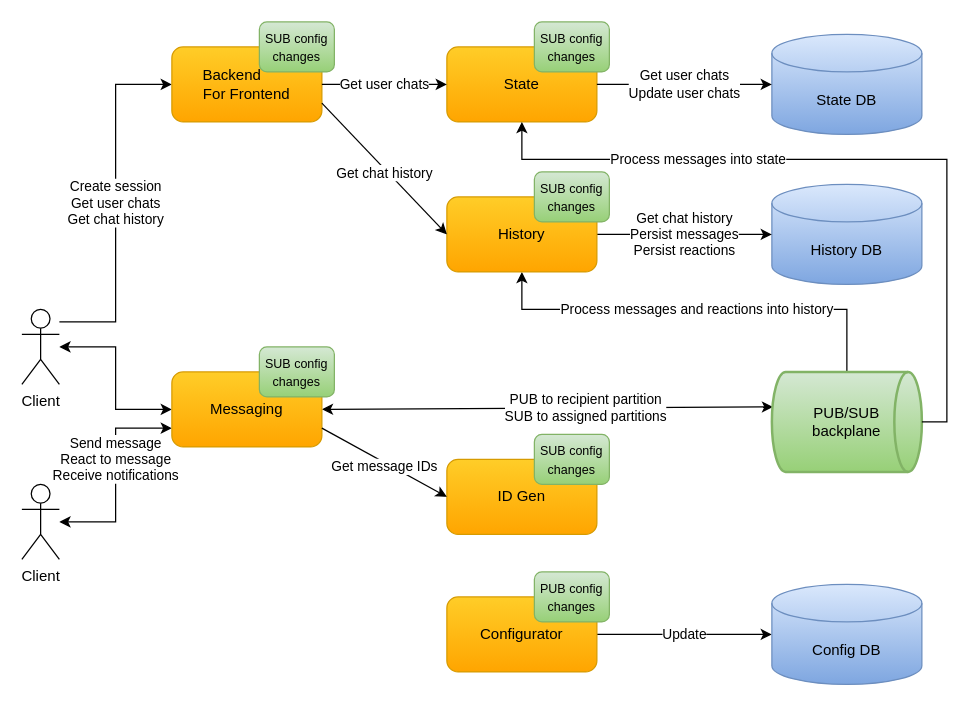
This is docs/diagrams/cecochat-01-overall.drawio from cvetomir-todorov/CecoChat, a draw.io file, before an edit. Source tidied: cells renumbered, new cells numbered last; positions are measured from the earlier drawing's top-left corner, leaving out a move shared by most shapes. Both pictures are drawn from the tidied source at 125%, with x=0, y=0 at pixel (21, 21).
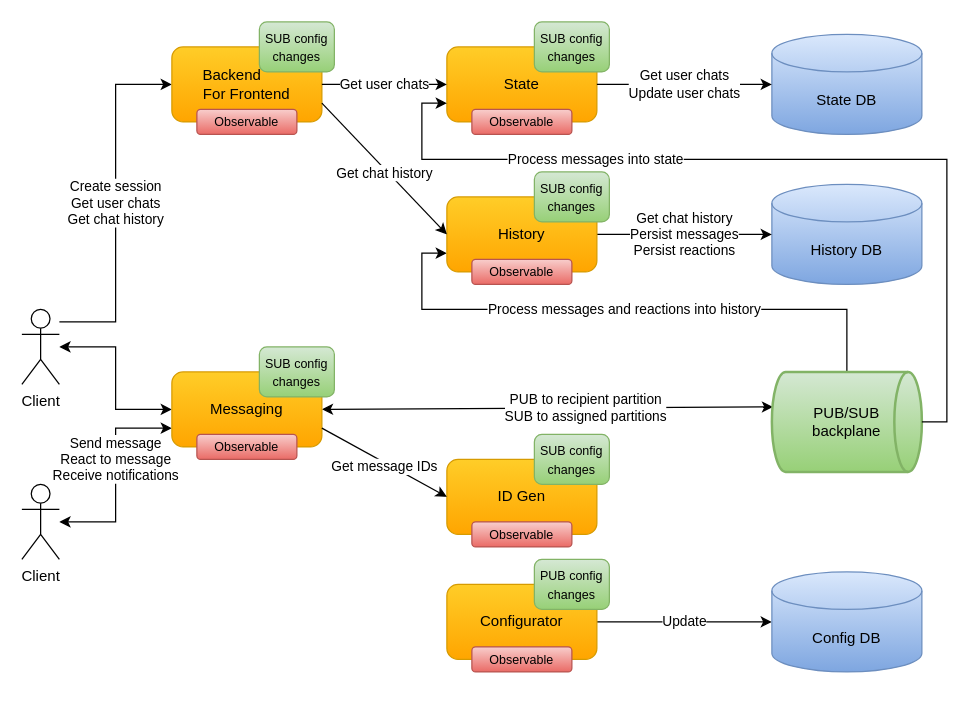
After the change.

Commit message (it also covers changes not shown here):
Update overall and deployment diagrams

The change refers to these unchanged cells:
```xml
<mxCell id="10" value="PUB/SUB&lt;br&gt;backplane" style="strokeWidth=2;html=1;shape=mxgraph.flowchart.direct_data;whiteSpace=wrap;gradientColor=#97d077;fillColor=#d5e8d4;strokeColor=#82b366;" parent="1" vertex="1">
  <mxGeometry x="600" y="280" width="120" height="80" as="geometry" />
</mxCell>
<mxCell id="16" value="&lt;font style=&quot;font-size: 12px&quot;&gt;History&lt;/font&gt;" style="rounded=1;whiteSpace=wrap;html=1;gradientColor=#ffa500;fillColor=#ffcd28;strokeColor=#d79b00;" parent="1" vertex="1">
  <mxGeometry x="340" y="140" width="120" height="60" as="geometry" />
</mxCell>
<mxCell id="24" value="&lt;font style=&quot;font-size: 12px&quot;&gt;State&lt;/font&gt;" style="rounded=1;whiteSpace=wrap;html=1;gradientColor=#ffa500;fillColor=#ffcd28;strokeColor=#d79b00;" parent="1" vertex="1">
  <mxGeometry x="340" y="20" width="120" height="60" as="geometry" />
</mxCell>
```

The edit, as a diff of the source:
```diff
@@
-    <mxCell id="9" value="Process messages and reactions into history" style="edgeStyle=orthogonalEdgeStyle;rounded=0;jettySize=auto;html=1;entryX=0.5;entryY=1;entryDx=0;entryDy=0;exitX=0.5;exitY=0;exitDx=0;exitDy=0;exitPerimeter=0;" parent="1" edge="1" source="10" target="16">
+    <mxCell id="9" value="Process messages and reactions into history" style="edgeStyle=orthogonalEdgeStyle;rounded=0;jettySize=auto;html=1;entryX=0;entryY=0.75;entryDx=0;entryDy=0;exitX=0.5;exitY=0;exitDx=0;exitDy=0;exitPerimeter=0;" parent="1" edge="1" source="10" target="16">
       <mxGeometry relative="1" as="geometry">
         <Array as="points">
           <mxPoint x="660" y="230" />
-          <mxPoint x="400" y="230" />
+          <mxPoint x="320" y="230" />
+          <mxPoint x="320" y="185" />
         </Array>
       </mxGeometry>
     </mxCell>
@@
     <mxCell id="14" value="Configurator" style="rounded=1;whiteSpace=wrap;html=1;gradientColor=#ffa500;fillColor=#ffcd28;strokeColor=#d79b00;" parent="1" vertex="1">
-      <mxGeometry x="340" y="460" width="120" height="60" as="geometry" />
+      <mxGeometry x="340" y="450" width="120" height="60" as="geometry" />
     </mxCell>
     <mxCell id="15" value="Config DB" style="shape=cylinder3;whiteSpace=wrap;html=1;boundedLbl=1;backgroundOutline=1;size=15;gradientColor=#7ea6e0;fillColor=#dae8fc;strokeColor=#6c8ebf;" parent="1" vertex="1">
-      <mxGeometry x="600" y="450" width="120" height="80" as="geometry" />
+      <mxGeometry x="600" y="440" width="120" height="80" as="geometry" />
     </mxCell>
@@
     <mxCell id="19" value="&lt;font style=&quot;font-size: 10px&quot;&gt;PUB config&lt;br&gt;changes&lt;/font&gt;" style="rounded=1;whiteSpace=wrap;html=1;gradientColor=#97d077;fillColor=#d5e8d4;strokeColor=#82b366;" parent="1" vertex="1">
-      <mxGeometry x="410" y="440" width="60" height="40" as="geometry" />
+      <mxGeometry x="410" y="430" width="60" height="40" as="geometry" />
     </mxCell>
@@
-    <mxCell id="25" value="Process messages into state" style="edgeStyle=orthogonalEdgeStyle;rounded=0;jettySize=auto;html=1;entryX=0.5;entryY=1;entryDx=0;entryDy=0;exitX=1;exitY=0.5;exitDx=0;exitDy=0;exitPerimeter=0;" parent="1" edge="1" source="10" target="24">
+    <mxCell id="25" value="Process messages into state" style="edgeStyle=orthogonalEdgeStyle;rounded=0;jettySize=auto;html=1;entryX=0;entryY=0.75;entryDx=0;entryDy=0;exitX=1;exitY=0.5;exitDx=0;exitDy=0;exitPerimeter=0;" parent="1" edge="1" source="10" target="24">
       <mxGeometry x="0.43" relative="1" as="geometry">
         <Array as="points">
           <mxPoint x="740" y="320" />
           <mxPoint x="740" y="110" />
-          <mxPoint x="400" y="110" />
+          <mxPoint x="320" y="110" />
+          <mxPoint x="320" y="65" />
         </Array>
       </mxGeometry>
     </mxCell>
@@
+    <mxCell id="32" value="&lt;span style=&quot;font-size: 10px&quot;&gt;Observable&lt;/span&gt;" style="rounded=1;whiteSpace=wrap;html=1;gradientColor=#ea6b66;fillColor=#f8cecc;strokeColor=#b85450;" parent="1" vertex="1">
+      <mxGeometry x="140" y="70" width="80" height="20" as="geometry" />
+    </mxCell>
+    <mxCell id="33" value="&lt;span style=&quot;font-size: 10px&quot;&gt;Observable&lt;/span&gt;" style="rounded=1;whiteSpace=wrap;html=1;gradientColor=#ea6b66;fillColor=#f8cecc;strokeColor=#b85450;" parent="1" vertex="1">
+      <mxGeometry x="360" y="70" width="80" height="20" as="geometry" />
+    </mxCell>
+    <mxCell id="34" value="&lt;span style=&quot;font-size: 10px&quot;&gt;Observable&lt;/span&gt;" style="rounded=1;whiteSpace=wrap;html=1;gradientColor=#ea6b66;fillColor=#f8cecc;strokeColor=#b85450;" parent="1" vertex="1">
+      <mxGeometry x="360" y="190" width="80" height="20" as="geometry" />
+    </mxCell>
+    <mxCell id="35" value="&lt;span style=&quot;font-size: 10px&quot;&gt;Observable&lt;/span&gt;" style="rounded=1;whiteSpace=wrap;html=1;gradientColor=#ea6b66;fillColor=#f8cecc;strokeColor=#b85450;" parent="1" vertex="1">
+      <mxGeometry x="140" y="330" width="80" height="20" as="geometry" />
+    </mxCell>
+    <mxCell id="36" value="&lt;span style=&quot;font-size: 10px&quot;&gt;Observable&lt;/span&gt;" style="rounded=1;whiteSpace=wrap;html=1;gradientColor=#ea6b66;fillColor=#f8cecc;strokeColor=#b85450;" parent="1" vertex="1">
+      <mxGeometry x="360" y="400" width="80" height="20" as="geometry" />
+    </mxCell>
+    <mxCell id="37" value="&lt;span style=&quot;font-size: 10px&quot;&gt;Observable&lt;/span&gt;" style="rounded=1;whiteSpace=wrap;html=1;gradientColor=#ea6b66;fillColor=#f8cecc;strokeColor=#b85450;" parent="1" vertex="1">
+      <mxGeometry x="360" y="500" width="80" height="20" as="geometry" />
+    </mxCell>
```
